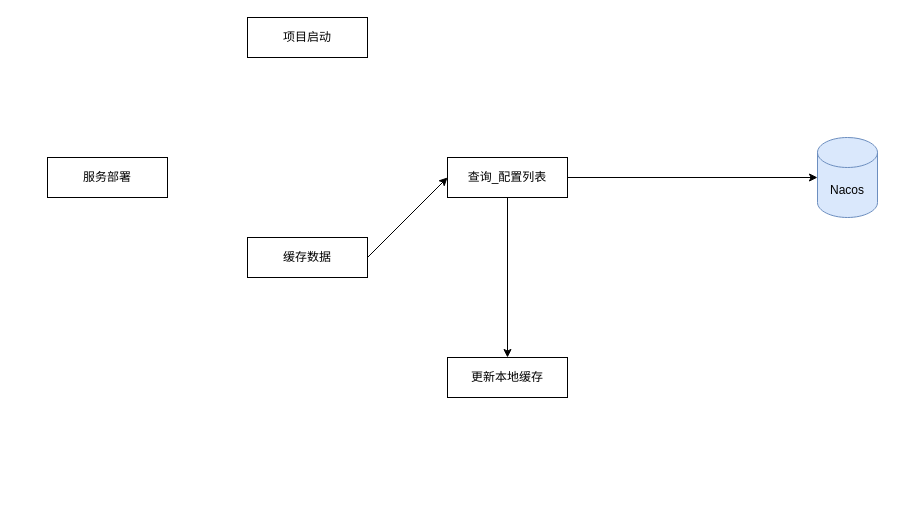
This is xiwang/续报中心-接口缓存方案.drawio from LanSeTianYe/draw, a draw.io file, before an edit. Source tidied: cells renumbered, new cells numbered last; positions are measured from the earlier drawing's top-left corner, leaving out a move shared by most shapes. Both pictures are drawn from the tidied source at 100%, with x=0, y=0 at pixel (47, 17).
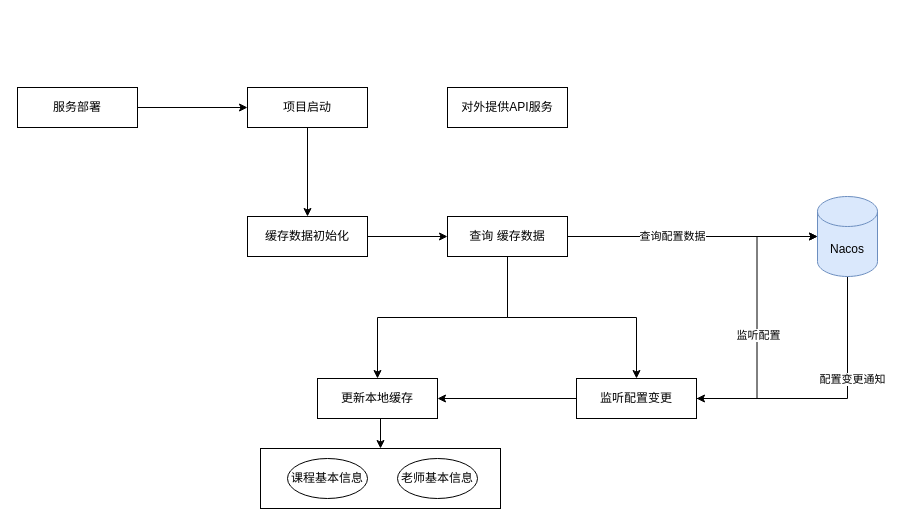
The same diagram, later.

Commit message (it also covers changes not shown here):
更新续报中心-接口缓存方案.drawio

The change refers to these unchanged cells:
```xml
<mxCell id="10" style="edgeStyle=orthogonalEdgeStyle;rounded=0;jettySize=auto;html=1;exitX=1;exitY=0.5;exitDx=0;exitDy=0;entryX=0;entryY=0.5;entryDx=0;entryDy=0;entryPerimeter=0;" parent="1" edge="1" source="7" target="8">
  <mxGeometry relative="1" as="geometry" />
</mxCell>
```

Change to the diagram source:
```diff
@@
+    <mxCell id="11" style="rounded=0;whiteSpace=wrap;html=1;" parent="1" vertex="1">
+      <mxGeometry x="213" y="431" width="240" height="60" as="geometry" />
+    </mxCell>
+    <mxCell id="12" style="edgeStyle=orthogonalEdgeStyle;rounded=0;jettySize=auto;html=1;exitX=1;exitY=0.5;exitDx=0;exitDy=0;" parent="1" edge="1" source="2" target="3">
+      <mxGeometry relative="1" as="geometry" />
+    </mxCell>
     <mxCell id="2" value="服务部署" style="rounded=0;whiteSpace=wrap;html=1;" parent="1" vertex="1">
-      <mxGeometry y="140" width="120" height="40" as="geometry" />
+      <mxGeometry x="-30" y="70" width="120" height="40" as="geometry" />
     </mxCell>
+    <mxCell id="13" style="edgeStyle=orthogonalEdgeStyle;rounded=0;jettySize=auto;html=1;exitX=0.5;exitY=1;exitDx=0;exitDy=0;" parent="1" edge="1" source="3" target="5">
+      <mxGeometry relative="1" as="geometry" />
+    </mxCell>
     <mxCell id="3" value="项目启动" style="rounded=0;whiteSpace=wrap;html=1;" parent="1" vertex="1">
-      <mxGeometry x="200" width="120" height="40" as="geometry" />
+      <mxGeometry x="200" y="70" width="120" height="40" as="geometry" />
     </mxCell>
@@
-    <mxCell id="5" value="缓存数据" style="rounded=0;whiteSpace=wrap;html=1;" parent="1" vertex="1">
-      <mxGeometry x="200" y="220" width="120" height="40" as="geometry" />
+    <mxCell id="5" value="缓存数据初始化" style="rounded=0;whiteSpace=wrap;html=1;" parent="1" vertex="1">
+      <mxGeometry x="200" y="199" width="120" height="40" as="geometry" />
     </mxCell>
@@
+    <mxCell id="14" style="edgeStyle=orthogonalEdgeStyle;rounded=0;jettySize=auto;html=1;exitX=0.5;exitY=1;exitDx=0;exitDy=0;" parent="1" edge="1" source="7" target="23">
+      <mxGeometry relative="1" as="geometry" />
+    </mxCell>
-    <mxCell id="7" value="查询_配置列表" style="rounded=0;whiteSpace=wrap;html=1;" parent="1" vertex="1">
-      <mxGeometry x="400" y="140" width="120" height="40" as="geometry" />
+    <mxCell id="7" value="查询 缓存数据" style="rounded=0;whiteSpace=wrap;html=1;" parent="1" vertex="1">
+      <mxGeometry x="400" y="199" width="120" height="40" as="geometry" />
     </mxCell>
+    <mxCell id="15" style="edgeStyle=orthogonalEdgeStyle;rounded=0;jettySize=auto;html=1;exitX=0.5;exitY=1;exitDx=0;exitDy=0;exitPerimeter=0;entryX=1;entryY=0.5;entryDx=0;entryDy=0;" parent="1" edge="1" source="8" target="23">
+      <mxGeometry relative="1" as="geometry" />
+    </mxCell>
+    <mxCell id="16" value="配置变更通知" style="edgeLabel;html=1;align=center;verticalAlign=middle;" parent="15" vertex="1">
+      <mxGeometry x="-0.25" y="4" relative="1" as="geometry" />
+    </mxCell>
     <mxCell id="8" value="Nacos" style="shape=cylinder3;whiteSpace=wrap;html=1;boundedLbl=1;backgroundOutline=1;size=15;fillColor=#dae8fc;strokeColor=#6c8ebf;" parent="1" vertex="1">
-      <mxGeometry x="770" y="120" width="60" height="80" as="geometry" />
+      <mxGeometry x="770" y="179" width="60" height="80" as="geometry" />
     </mxCell>
+    <mxCell id="17" style="edgeStyle=orthogonalEdgeStyle;rounded=0;jettySize=auto;html=1;exitX=0.5;exitY=1;exitDx=0;exitDy=0;entryX=0.5;entryY=0;entryDx=0;entryDy=0;" parent="1" edge="1" source="9" target="11">
+      <mxGeometry relative="1" as="geometry" />
+    </mxCell>
     <mxCell id="9" value="更新本地缓存" style="rounded=0;whiteSpace=wrap;html=1;" parent="1" vertex="1">
-      <mxGeometry x="400" y="340" width="120" height="40" as="geometry" />
+      <mxGeometry x="270" y="361" width="120" height="40" as="geometry" />
     </mxCell>
@@
+    <mxCell id="18" value="查询配置数据" style="edgeLabel;html=1;align=center;verticalAlign=middle;" parent="10" vertex="1">
+      <mxGeometry x="-0.17" y="1" relative="1" as="geometry" />
+    </mxCell>
+    <mxCell id="19" value="课程基本信息" style="ellipse;whiteSpace=wrap;html=1;" parent="1" vertex="1">
+      <mxGeometry x="240" y="441" width="80" height="40" as="geometry" />
+    </mxCell>
+    <mxCell id="20" value="对外提供API服务" style="rounded=0;whiteSpace=wrap;html=1;" parent="1" vertex="1">
+      <mxGeometry x="400" y="70" width="120" height="40" as="geometry" />
+    </mxCell>
+    <mxCell id="21" value="老师基本信息" style="ellipse;whiteSpace=wrap;html=1;" parent="1" vertex="1">
+      <mxGeometry x="350" y="441" width="80" height="40" as="geometry" />
+    </mxCell>
+    <mxCell id="22" style="edgeStyle=orthogonalEdgeStyle;rounded=0;jettySize=auto;html=1;exitX=0;exitY=0.5;exitDx=0;exitDy=0;entryX=1;entryY=0.5;entryDx=0;entryDy=0;" parent="1" edge="1" source="23" target="9">
+      <mxGeometry relative="1" as="geometry" />
+    </mxCell>
+    <mxCell id="23" value="监听配置变更" style="rounded=0;whiteSpace=wrap;html=1;" parent="1" vertex="1">
+      <mxGeometry x="529" y="361" width="120" height="40" as="geometry" />
+    </mxCell>
+    <mxCell id="24" style="edgeStyle=orthogonalEdgeStyle;rounded=0;jettySize=auto;html=1;exitX=1;exitY=0.5;exitDx=0;exitDy=0;entryX=0;entryY=0.5;entryDx=0;entryDy=0;entryPerimeter=0;" parent="1" edge="1" source="23" target="8">
+      <mxGeometry relative="1" as="geometry" />
+    </mxCell>
+    <mxCell id="25" value="监听配置" style="edgeLabel;html=1;align=center;verticalAlign=middle;" parent="24" vertex="1">
+      <mxGeometry x="-0.12" relative="1" as="geometry">
+        <mxPoint x="1" y="1" as="offset" />
+      </mxGeometry>
+    </mxCell>
```
